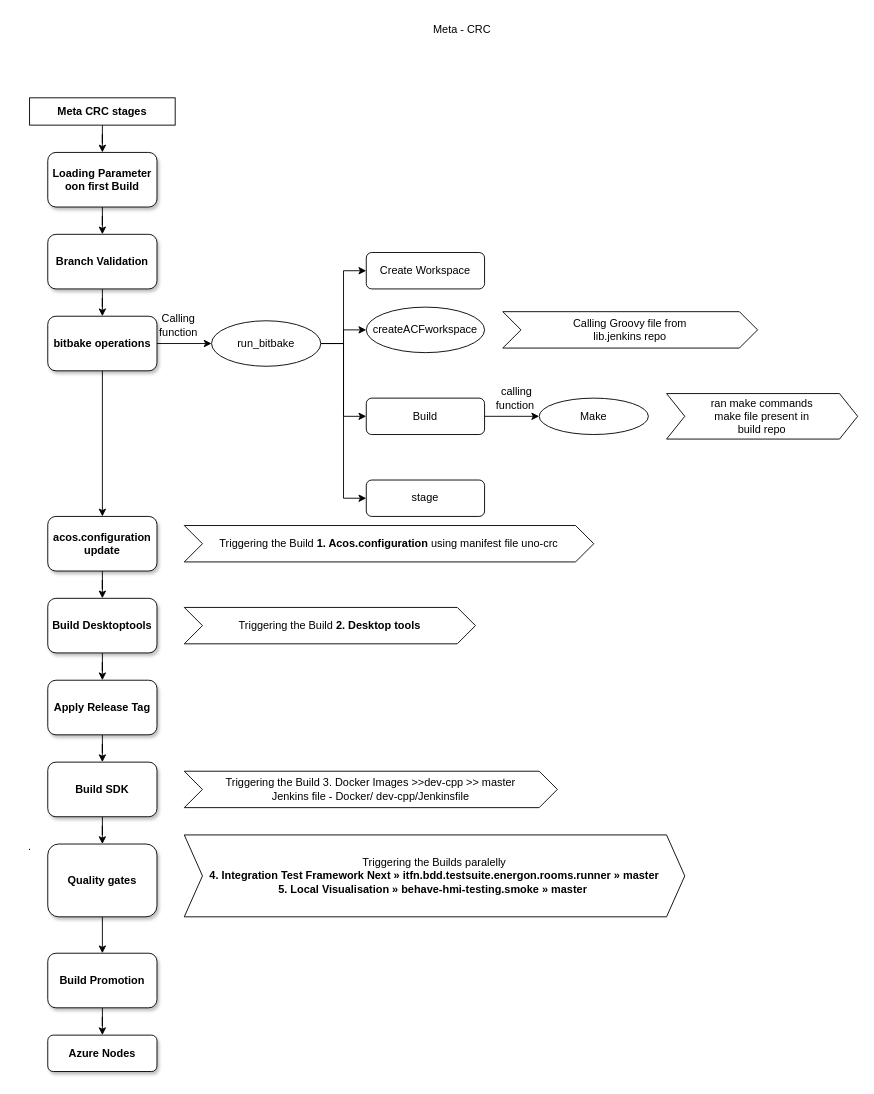
sreelakshmilingamgunta/AZ-104 keeps this draw.io diagram as Notes/Untitled Diagram.drawio. Above is the earlier version. Source tidied: cells renumbered, new cells numbered last; positions are measured from the earlier drawing's top-left corner, leaving out a move shared by most shapes. Both pictures are drawn from the tidied source at 91%, with x=0, y=0 at pixel (15, 15).
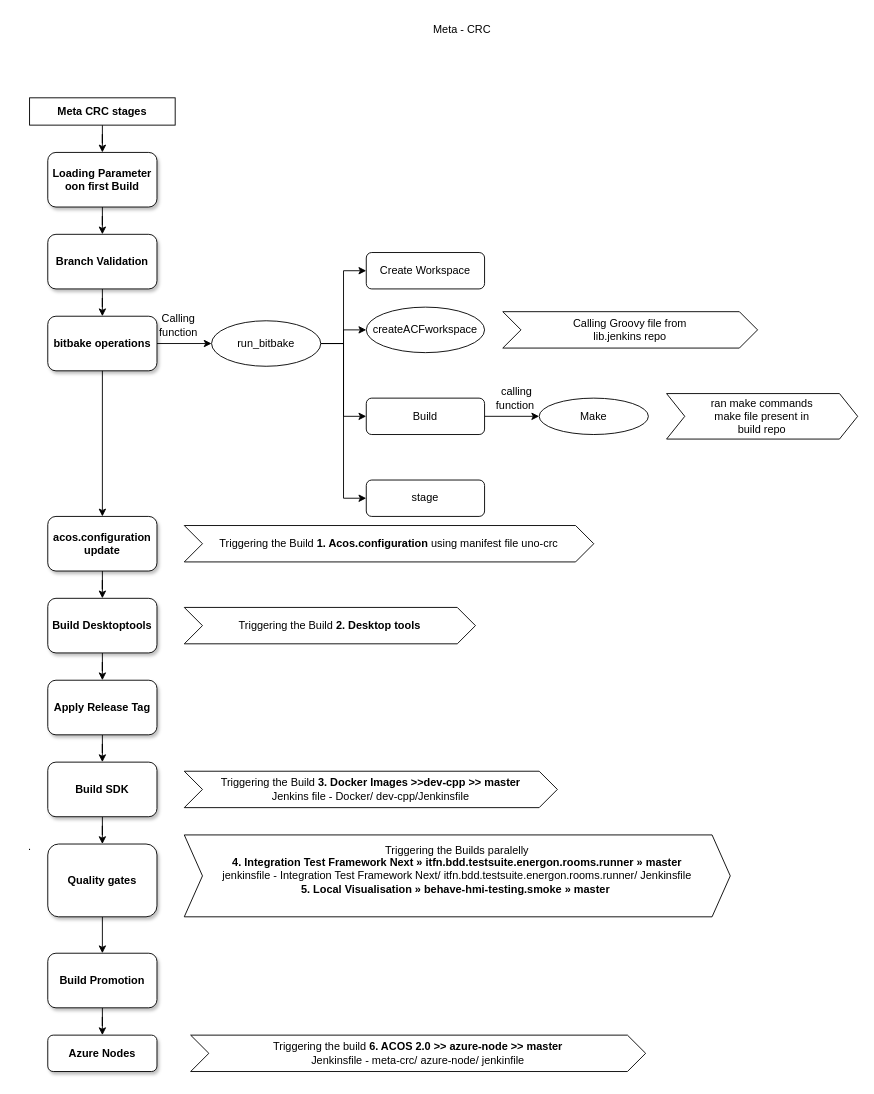
The same diagram, later.

What changed in the source:
```diff
@@
-    <mxCell id="33" value="Triggering the Build 3. Docker Images &amp;gt;&amp;gt;dev-cpp &amp;gt;&amp;gt; master&lt;br/&gt;Jenkins file  - Docker/ dev-cpp/Jenkinsfile&lt;div style=&quot;display:none&quot; id=&quot;SDCloudData&quot;&gt;&lt;/div&gt;" style="shape=step;perimeter=stepPerimeter;whiteSpace=wrap;html=1;fixedSize=1;" parent="1" vertex="1">
+    <mxCell id="33" value="Triggering the Build &lt;b&gt;3. Docker Images &amp;gt;&amp;gt;dev-cpp &amp;gt;&amp;gt; master&lt;/b&gt;&lt;br&gt;Jenkins file  - Docker/ dev-cpp/Jenkinsfile&lt;div style=&quot;display:none&quot; id=&quot;SDCloudData&quot;&gt;&lt;/div&gt;" style="shape=step;perimeter=stepPerimeter;whiteSpace=wrap;html=1;fixedSize=1;" parent="1" vertex="1">
       <mxGeometry x="185" y="830" width="410" height="40" as="geometry" />
     </mxCell>
@@
-    <mxCell id="36" value="Triggering the Builds paralelly&lt;br&gt;&lt;b&gt;4. Integration Test Framework Next » itfn.bdd.testsuite.energon.rooms.runner » master&lt;/b&gt;&lt;br&gt;&lt;b&gt;5. Local Visualisation » behave-hmi-testing.smoke » master&amp;nbsp;&lt;/b&gt;&lt;br&gt;&lt;div style=&quot;display:none&quot; id=&quot;SDCloudData&quot;&gt;&lt;/div&gt;" style="shape=step;perimeter=stepPerimeter;whiteSpace=wrap;html=1;fixedSize=1;" parent="1" vertex="1">
-      <mxGeometry x="185" y="900" width="550" height="90" as="geometry" />
+    <mxCell id="36" value="Triggering the Builds paralelly&lt;br&gt;&lt;b&gt;4. Integration Test Framework Next » itfn.bdd.testsuite.energon.rooms.runner » master&lt;/b&gt;&lt;br&gt;jenkinsfile - Integration Test Framework Next/ itfn.bdd.testsuite.energon.rooms.runner/ Jenkinsfile&lt;br&gt;&lt;b&gt;5. Local Visualisation » behave-hmi-testing.smoke » master&amp;nbsp;&lt;br&gt;&lt;/b&gt;&lt;br&gt;&lt;div style=&quot;display:none&quot; id=&quot;SDCloudData&quot;&gt;&lt;/div&gt;" style="shape=step;perimeter=stepPerimeter;whiteSpace=wrap;html=1;fixedSize=1;" parent="1" vertex="1">
+      <mxGeometry x="185" y="900" width="600" height="90" as="geometry" />
     </mxCell>
@@
+    <mxCell id="45" value="Triggering the build &lt;b&gt;6. ACOS 2.0 &amp;gt;&amp;gt; azure-node &amp;gt;&amp;gt; master&lt;/b&gt;&lt;br&gt;Jenkinsfile - meta-crc/ azure-node/ jenkinfile" style="shape=step;perimeter=stepPerimeter;whiteSpace=wrap;html=1;fixedSize=1;" parent="1" vertex="1">
+      <mxGeometry x="192" y="1120" width="500" height="40" as="geometry" />
+    </mxCell>
```
